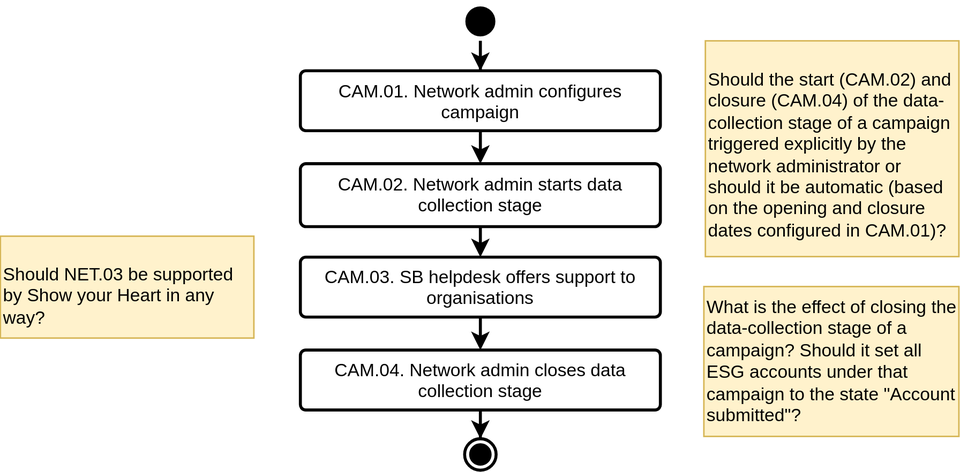
Earlier version of the draw.io export Process/ProcessCAM.svg (Show-your-Heart/ShowYourHeart-docs). Source tidied: cells renumbered, new cells last; positions are measured from the earlier drawing's top-left corner, leaving out a move shared by most shapes. Its diagram source:
```xml
<mxGraphModel>
  <root>
    <mxCell id="0" />
    <mxCell id="1" parent="0" />
    <mxCell id="2" value="CAM.03. SB helpdesk offers support to organisations" style="rounded=1;whiteSpace=wrap;html=1;shadow=0;verticalAlign=top;spacingLeft=10;spacingRight=10;arcSize=9;strokeWidth=2;" parent="1" vertex="1">
      <mxGeometry x="200" y="170.4" width="240" height="40" as="geometry" />
    </mxCell>
    <mxCell id="3" value="CAM.04. Network admin closes data collection stage" style="rounded=1;whiteSpace=wrap;html=1;shadow=0;verticalAlign=top;spacingLeft=10;spacingRight=10;arcSize=9;strokeWidth=2;" parent="1" vertex="1">
      <mxGeometry x="200" y="232.4" width="240" height="40" as="geometry" />
    </mxCell>
    <mxCell id="4" value="&lt;p&gt;Should NET.03 be supported by Show your Heart in any way?&lt;/p&gt;" style="text;html=1;whiteSpace=wrap;overflow=hidden;rounded=0;fillColor=#fff2cc;strokeColor=#d6b656;" parent="1" vertex="1">
      <mxGeometry y="156.4" width="169" height="68" as="geometry" />
    </mxCell>
    <mxCell id="5" style="ellipse;html=1;shape=startState;fillColor=#000000;strokeWidth=2;perimeterSpacing=0;shadow=0;sketch=0;" parent="1" vertex="1">
      <mxGeometry x="305" y="104" width="30" height="30" as="geometry" />
    </mxCell>
    <mxCell id="6" value="CAM.02.&amp;nbsp;Network admin starts data collection stage" style="rounded=1;whiteSpace=wrap;html=1;shadow=0;verticalAlign=top;spacingLeft=10;spacingRight=10;arcSize=9;strokeWidth=2;" parent="1" vertex="1">
      <mxGeometry x="200" y="108" width="240" height="42" as="geometry" />
    </mxCell>
    <mxCell id="7" style="edgeStyle=orthogonalEdgeStyle;rounded=0;jumpStyle=sharp;jettySize=auto;html=1;entryX=0.5;entryY=0;entryDx=0;entryDy=0;strokeWidth=2;" parent="1" edge="1" source="8" target="11">
      <mxGeometry relative="1" as="geometry" />
    </mxCell>
    <mxCell id="8" style="ellipse;html=1;shape=startState;fillColor=#000000;strokeWidth=2;perimeterSpacing=0;shadow=0;sketch=0;" parent="1" vertex="1">
      <mxGeometry x="307" width="26" height="26" as="geometry" />
    </mxCell>
    <mxCell id="9" style="rounded=0;jumpStyle=sharp;jettySize=auto;html=1;strokeWidth=2;exitX=0.5;exitY=1;exitDx=0;exitDy=0;" parent="1" edge="1" source="11">
      <mxGeometry relative="1" as="geometry">
        <mxPoint x="320" y="108" as="targetPoint" />
      </mxGeometry>
    </mxCell>
    <mxCell id="10" style="edgeStyle=orthogonalEdgeStyle;rounded=0;jumpStyle=sharp;jettySize=auto;html=1;exitX=0.5;exitY=1;exitDx=0;exitDy=0;strokeWidth=2;entryX=0.5;entryY=0;entryDx=0;entryDy=0;" parent="1" edge="1" source="6" target="2">
      <mxGeometry relative="1" as="geometry" />
    </mxCell>
    <mxCell id="11" value="&lt;div&gt;CAM.01.&amp;nbsp;Network admin configures campaign&lt;/div&gt;" style="rounded=1;whiteSpace=wrap;html=1;shadow=0;verticalAlign=top;spacingLeft=10;spacingRight=10;arcSize=9;strokeWidth=2;" parent="1" vertex="1">
      <mxGeometry x="200" y="46" width="240" height="40" as="geometry" />
    </mxCell>
    <mxCell id="12" style="edgeStyle=orthogonalEdgeStyle;rounded=0;jumpStyle=sharp;jettySize=auto;html=1;strokeWidth=2;exitX=0.5;exitY=1;exitDx=0;exitDy=0;" parent="1" edge="1" source="2" target="3">
      <mxGeometry relative="1" as="geometry" />
    </mxCell>
    <mxCell id="13" style="edgeStyle=orthogonalEdgeStyle;rounded=0;jumpStyle=sharp;jettySize=auto;html=1;exitX=0.5;exitY=1;exitDx=0;exitDy=0;strokeWidth=2;" parent="1" edge="1" source="3" target="14">
      <mxGeometry relative="1" as="geometry" />
    </mxCell>
    <mxCell id="14" style="ellipse;html=1;shape=endState;fillColor=#000000;strokeColor=#000000;strokeWidth=2;" parent="1" vertex="1">
      <mxGeometry x="309.5" y="291.6" width="21" height="21" as="geometry" />
    </mxCell>
    <mxCell id="15" value="&lt;p&gt;Should the start (CAM.02) and closure (CAM.04) of the data-collection stage of a campaign triggered explicitly by the network administrator or should it be automatic (based on the opening and closure dates configured in CAM.01)?&amp;nbsp;&lt;/p&gt;&lt;p&gt;&lt;br&gt;&lt;/p&gt;" style="text;html=1;whiteSpace=wrap;overflow=hidden;rounded=0;fillColor=#fff2cc;strokeColor=#d6b656;" parent="1" vertex="1">
      <mxGeometry x="470" y="26" width="169" height="144" as="geometry" />
    </mxCell>
    <mxCell id="16" value="What is the effect of closing the data-collection stage of a campaign? Should it set all ESG accounts under that campaign to the state &quot;Account submitted&quot;?&lt;div&gt;&lt;br/&gt;&lt;/div&gt;" style="text;whiteSpace=wrap;html=1;fillColor=#fff2cc;strokeColor=#d6b656;" parent="1" vertex="1">
      <mxGeometry x="469" y="190" width="170" height="100" as="geometry" />
    </mxCell>
  </root>
</mxGraphModel>
```
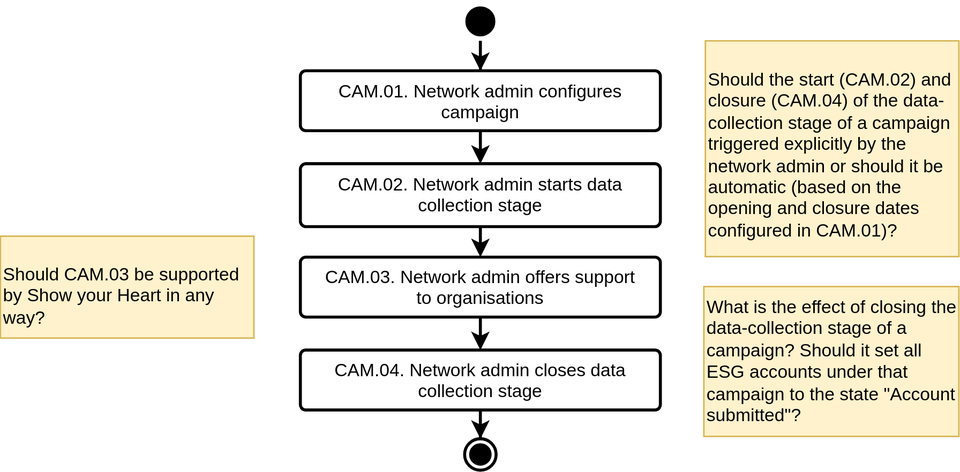
The same diagram one commit later.

Change to the diagram source:
```diff
@@ -2,13 +2,13 @@
   <root>
     <mxCell id="0" />
     <mxCell id="1" parent="0" />
-    <mxCell id="2" value="CAM.03. SB helpdesk offers support to organisations" style="rounded=1;whiteSpace=wrap;html=1;shadow=0;verticalAlign=top;spacingLeft=10;spacingRight=10;arcSize=9;strokeWidth=2;" parent="1" vertex="1">
+    <mxCell id="2" value="CAM.03. Network admin offers support to organisations" style="rounded=1;whiteSpace=wrap;html=1;shadow=0;verticalAlign=top;spacingLeft=10;spacingRight=10;arcSize=9;strokeWidth=2;" parent="1" vertex="1">
       <mxGeometry x="200" y="170.4" width="240" height="40" as="geometry" />
     </mxCell>
     <mxCell id="3" value="CAM.04. Network admin closes data collection stage" style="rounded=1;whiteSpace=wrap;html=1;shadow=0;verticalAlign=top;spacingLeft=10;spacingRight=10;arcSize=9;strokeWidth=2;" parent="1" vertex="1">
       <mxGeometry x="200" y="232.4" width="240" height="40" as="geometry" />
     </mxCell>
-    <mxCell id="4" value="&lt;p&gt;Should NET.03 be supported by Show your Heart in any way?&lt;/p&gt;" style="text;html=1;whiteSpace=wrap;overflow=hidden;rounded=0;fillColor=#fff2cc;strokeColor=#d6b656;" parent="1" vertex="1">
+    <mxCell id="4" value="&lt;p&gt;Should CAM.03 be supported by Show your Heart in any way?&lt;/p&gt;" style="text;html=1;whiteSpace=wrap;overflow=hidden;rounded=0;fillColor=#fff2cc;strokeColor=#d6b656;" parent="1" vertex="1">
       <mxGeometry y="156.4" width="169" height="68" as="geometry" />
     </mxCell>
     <mxCell id="5" style="ellipse;html=1;shape=startState;fillColor=#000000;strokeWidth=2;perimeterSpacing=0;shadow=0;sketch=0;" parent="1" vertex="1">
@@ -43,7 +43,7 @@
     <mxCell id="14" style="ellipse;html=1;shape=endState;fillColor=#000000;strokeColor=#000000;strokeWidth=2;" parent="1" vertex="1">
       <mxGeometry x="309.5" y="291.6" width="21" height="21" as="geometry" />
     </mxCell>
-    <mxCell id="15" value="&lt;p&gt;Should the start (CAM.02) and closure (CAM.04) of the data-collection stage of a campaign triggered explicitly by the network administrator or should it be automatic (based on the opening and closure dates configured in CAM.01)?&amp;nbsp;&lt;/p&gt;&lt;p&gt;&lt;br&gt;&lt;/p&gt;" style="text;html=1;whiteSpace=wrap;overflow=hidden;rounded=0;fillColor=#fff2cc;strokeColor=#d6b656;" parent="1" vertex="1">
+    <mxCell id="15" value="&lt;p&gt;Should the start (CAM.02) and closure (CAM.04) of the data-collection stage of a campaign triggered explicitly by the network admin or should it be automatic (based on the opening and closure dates configured in CAM.01)?&amp;nbsp;&lt;/p&gt;&lt;p&gt;&lt;br&gt;&lt;/p&gt;" style="text;html=1;whiteSpace=wrap;overflow=hidden;rounded=0;fillColor=#fff2cc;strokeColor=#d6b656;" parent="1" vertex="1">
       <mxGeometry x="470" y="26" width="169" height="144" as="geometry" />
     </mxCell>
     <mxCell id="16" value="What is the effect of closing the data-collection stage of a campaign? Should it set all ESG accounts under that campaign to the state &quot;Account submitted&quot;?&lt;div&gt;&lt;br/&gt;&lt;/div&gt;" style="text;whiteSpace=wrap;html=1;fillColor=#fff2cc;strokeColor=#d6b656;" parent="1" vertex="1">
```
